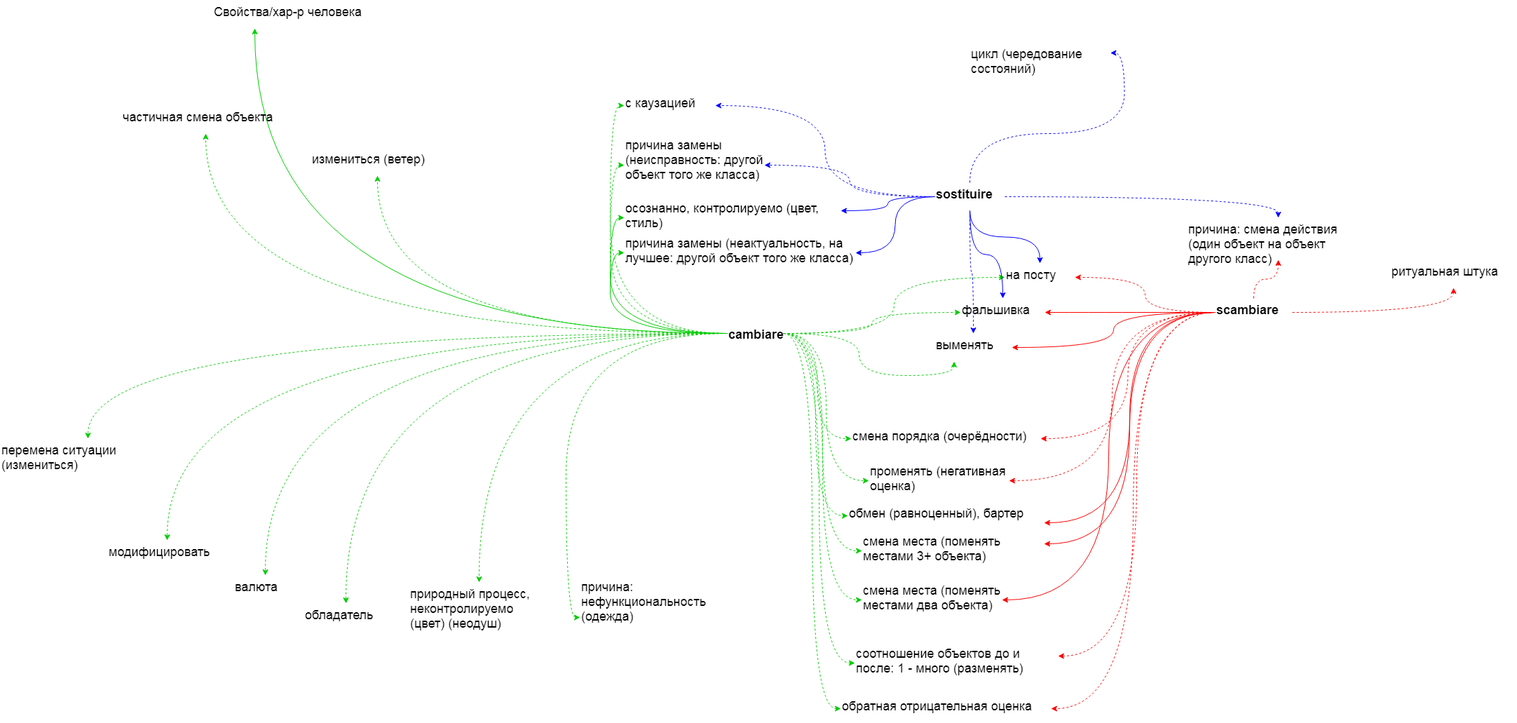
This is итал.png from JanaKoko/try, a draw.io export, as it was before one commit. Source tidied: cells renumbered, new cells last; positions are measured from the earlier drawing's top-left corner, leaving out a move shared by most shapes.
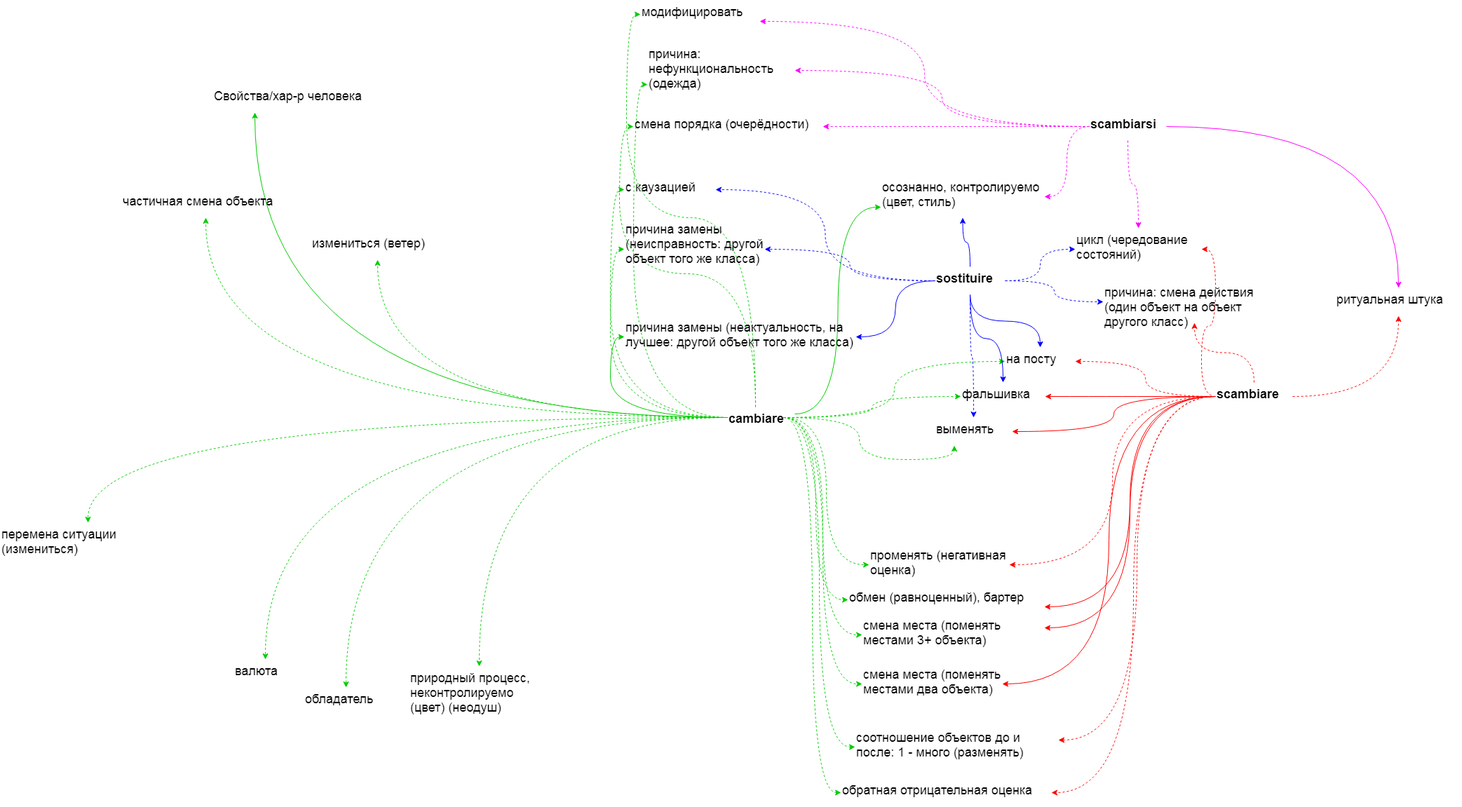
After the change.

What changed in the source:
```diff
@@ -8,8 +8,10 @@
     <mxCell id="3" style="edgeStyle=orthogonalEdgeStyle;curved=1;rounded=0;jettySize=auto;html=1;fontSize=18;strokeColor=#00CC00;entryX=0;entryY=0.5;entryDx=0;entryDy=0;exitX=0;exitY=0.5;exitDx=0;exitDy=0;" parent="1" edge="1" source="25" target="27">
       <mxGeometry relative="1" as="geometry" />
     </mxCell>
-    <mxCell id="4" style="edgeStyle=orthogonalEdgeStyle;curved=1;rounded=0;jettySize=auto;html=1;fontSize=18;strokeColor=#00CC00;entryX=0;entryY=0.75;entryDx=0;entryDy=0;exitX=0;exitY=0.5;exitDx=0;exitDy=0;" parent="1" edge="1" source="25" target="28">
-      <mxGeometry relative="1" as="geometry" />
+    <mxCell id="4" style="edgeStyle=orthogonalEdgeStyle;curved=1;rounded=0;jettySize=auto;html=1;fontSize=18;strokeColor=#00CC00;entryX=0;entryY=0.75;entryDx=0;entryDy=0;" parent="1" edge="1" target="28">
+      <mxGeometry relative="1" as="geometry">
+        <mxPoint x="1133" y="470" as="sourcePoint" />
+      </mxGeometry>
     </mxCell>
     <mxCell id="5" style="edgeStyle=orthogonalEdgeStyle;curved=1;rounded=0;jettySize=auto;html=1;entryX=0;entryY=0.5;entryDx=0;entryDy=0;fontSize=18;dashed=1;strokeColor=#00CC00;" parent="1" edge="1" source="25" target="63">
       <mxGeometry relative="1" as="geometry" />
@@ -41,7 +43,7 @@
     <mxCell id="14" style="edgeStyle=orthogonalEdgeStyle;curved=1;rounded=0;jettySize=auto;html=1;entryX=0.5;entryY=0;entryDx=0;entryDy=0;dashed=1;fontSize=18;strokeColor=#00CC00;" parent="1" edge="1" source="25" target="35">
       <mxGeometry relative="1" as="geometry" />
     </mxCell>
-    <mxCell id="15" style="edgeStyle=orthogonalEdgeStyle;curved=1;rounded=0;jettySize=auto;html=1;entryX=0.5;entryY=0;entryDx=0;entryDy=0;dashed=1;fontSize=18;strokeColor=#00CC00;" parent="1" edge="1" source="25" target="36">
+    <mxCell id="15" style="edgeStyle=orthogonalEdgeStyle;curved=1;rounded=0;jettySize=auto;html=1;entryX=0;entryY=0.5;entryDx=0;entryDy=0;dashed=1;fontSize=18;strokeColor=#00CC00;" parent="1" edge="1" source="25" target="36">
       <mxGeometry relative="1" as="geometry" />
     </mxCell>
     <mxCell id="16" style="edgeStyle=orthogonalEdgeStyle;curved=1;rounded=0;jettySize=auto;html=1;dashed=1;fontSize=18;strokeColor=#00CC00;" parent="1" edge="1" source="25" target="32">
@@ -81,7 +83,7 @@
       <mxGeometry x="890" y="330" width="330" height="60" as="geometry" />
     </mxCell>
     <mxCell id="28" value="осознанно, контролируемо (цвет, стиль)" style="text;whiteSpace=wrap;html=1;fontSize=18;" parent="1" vertex="1">
-      <mxGeometry x="890" y="280" width="309" height="40" as="geometry" />
+      <mxGeometry x="1256" y="130" width="233" height="60" as="geometry" />
     </mxCell>
     <mxCell id="29" value="выменять" style="text;whiteSpace=wrap;html=1;fontSize=18;" parent="1" vertex="1">
       <mxGeometry x="1333" y="475" width="110" height="40" as="geometry" />
@@ -90,7 +92,7 @@
       <mxGeometry x="1229" y="755" width="260" height="40" as="geometry" />
     </mxCell>
     <mxCell id="31" value="причина: нефункциональность (одежда)" style="text;whiteSpace=wrap;html=1;fontSize=18;" parent="1" vertex="1">
-      <mxGeometry x="827" y="820" width="250" height="80" as="geometry" />
+      <mxGeometry x="923" y="-60" width="210" height="80" as="geometry" />
     </mxCell>
     <mxCell id="32" value="природный процесс, неконтролируемо (цвет) (неодуш)" style="text;whiteSpace=wrap;html=1;fontSize=18;" parent="1" vertex="1">
       <mxGeometry x="583" y="830" width="200" height="90" as="geometry" />
@@ -105,13 +107,13 @@
       <mxGeometry y="625" width="250" height="40" as="geometry" />
     </mxCell>
     <mxCell id="36" value="модифицировать" style="text;whiteSpace=wrap;html=1;fontSize=18;" parent="1" vertex="1">
-      <mxGeometry x="153" y="770" width="170" height="40" as="geometry" />
+      <mxGeometry x="913" y="-120" width="170" height="40" as="geometry" />
     </mxCell>
     <mxCell id="37" value="соотношение объектов до и после: 1 - много (разменять)" style="text;whiteSpace=wrap;html=1;fontSize=18;" parent="1" vertex="1">
       <mxGeometry x="1219" y="915" width="290" height="40" as="geometry" />
     </mxCell>
     <mxCell id="38" value="смена порядка (очерёдности)" style="text;whiteSpace=wrap;html=1;fontSize=18;" parent="1" vertex="1">
-      <mxGeometry x="1214" y="605" width="270" height="40" as="geometry" />
+      <mxGeometry x="903" y="40" width="270" height="40" as="geometry" />
     </mxCell>
     <mxCell id="39" value="причина замены (неисправность: другой объект того же класса)" style="text;whiteSpace=wrap;html=1;fontSize=18;" parent="1" vertex="1">
       <mxGeometry x="890" y="190" width="200" height="90" as="geometry" />
@@ -164,9 +166,6 @@
     <mxCell id="55" style="edgeStyle=orthogonalEdgeStyle;curved=1;rounded=0;jettySize=auto;html=1;dashed=1;strokeColor=#FF0000;fontSize=18;entryX=1;entryY=0.5;entryDx=0;entryDy=0;" parent="1" edge="1" source="60" target="37">
       <mxGeometry relative="1" as="geometry" />
     </mxCell>
-    <mxCell id="56" style="edgeStyle=orthogonalEdgeStyle;curved=1;rounded=0;jettySize=auto;html=1;entryX=1;entryY=0.5;entryDx=0;entryDy=0;dashed=1;strokeColor=#FF0000;fontSize=18;" parent="1" edge="1" source="60" target="38">
-      <mxGeometry relative="1" as="geometry" />
-    </mxCell>
     <mxCell id="57" style="edgeStyle=orthogonalEdgeStyle;curved=1;rounded=0;jettySize=auto;html=1;entryX=1;entryY=0.5;entryDx=0;entryDy=0;dashed=1;strokeColor=#FF0000;fontSize=18;" parent="1" edge="1" source="60" target="44">
       <mxGeometry relative="1" as="geometry" />
     </mxCell>
@@ -180,15 +179,15 @@
       <mxGeometry x="1733" y="425" width="110" height="40" as="geometry" />
     </mxCell>
     <mxCell id="61" value="ритуальная штука" style="text;whiteSpace=wrap;html=1;fontSize=18;" parent="1" vertex="1">
-      <mxGeometry x="1983" y="370" width="180" height="40" as="geometry" />
+      <mxGeometry x="1904" y="290" width="180" height="40" as="geometry" />
     </mxCell>
     <mxCell id="62" value="причина: смена действия (один объект на объект другого класс)" style="text;whiteSpace=wrap;html=1;fontSize=18;" parent="1" vertex="1">
-      <mxGeometry x="1693" y="310" width="260" height="60" as="geometry" />
+      <mxGeometry x="1573" y="280" width="260" height="60" as="geometry" />
     </mxCell>
     <mxCell id="63" value="смена места (поменять местами два объекта)" style="text;whiteSpace=wrap;html=1;fontSize=18;" parent="1" vertex="1">
       <mxGeometry x="1229" y="825" width="200" height="60" as="geometry" />
     </mxCell>
-    <mxCell id="64" style="edgeStyle=orthogonalEdgeStyle;curved=1;rounded=0;jettySize=auto;html=1;entryX=1;entryY=0.5;entryDx=0;entryDy=0;strokeColor=#0000FF;fontSize=18;" parent="1" edge="1" source="73" target="28">
+    <mxCell id="64" style="edgeStyle=orthogonalEdgeStyle;curved=1;rounded=0;jettySize=auto;html=1;entryX=0.5;entryY=1;entryDx=0;entryDy=0;strokeColor=#0000FF;fontSize=18;" parent="1" edge="1" source="73" target="28">
       <mxGeometry relative="1" as="geometry" />
     </mxCell>
     <mxCell id="65" style="edgeStyle=orthogonalEdgeStyle;curved=1;rounded=0;jettySize=auto;html=1;entryX=0.5;entryY=0;entryDx=0;entryDy=0;strokeColor=#0000FF;fontSize=18;" parent="1" edge="1" source="73" target="44">
@@ -212,14 +211,38 @@
     <mxCell id="71" style="edgeStyle=orthogonalEdgeStyle;curved=1;rounded=0;jettySize=auto;html=1;dashed=1;strokeColor=#0000FF;fontSize=18;entryX=1;entryY=0.5;entryDx=0;entryDy=0;" parent="1" edge="1" source="73" target="39">
       <mxGeometry relative="1" as="geometry" />
     </mxCell>
-    <mxCell id="72" style="edgeStyle=orthogonalEdgeStyle;curved=1;rounded=0;jettySize=auto;html=1;entryX=1;entryY=0.25;entryDx=0;entryDy=0;dashed=1;strokeColor=#0000FF;fontSize=18;" parent="1" edge="1" source="73" target="74">
+    <mxCell id="72" style="edgeStyle=orthogonalEdgeStyle;curved=1;rounded=0;jettySize=auto;html=1;entryX=0;entryY=0.5;entryDx=0;entryDy=0;dashed=1;strokeColor=#0000FF;fontSize=18;" parent="1" edge="1" source="73" target="74">
       <mxGeometry relative="1" as="geometry" />
     </mxCell>
     <mxCell id="73" value="sostituire" style="text;whiteSpace=wrap;html=1;fontSize=18;fontStyle=1;" parent="1" vertex="1">
       <mxGeometry x="1333" y="260" width="100" height="40" as="geometry" />
     </mxCell>
+    <mxCell id="75" style="edgeStyle=orthogonalEdgeStyle;curved=1;rounded=0;jettySize=auto;html=1;strokeColor=#FF00FF;fontSize=18;" parent="1" edge="1" source="81" target="61">
+      <mxGeometry relative="1" as="geometry" />
+    </mxCell>
+    <mxCell id="76" style="edgeStyle=orthogonalEdgeStyle;curved=1;rounded=0;jettySize=auto;html=1;dashed=1;strokeColor=#FF00FF;fontSize=18;" parent="1" edge="1" source="81" target="38">
+      <mxGeometry relative="1" as="geometry" />
+    </mxCell>
+    <mxCell id="77" style="edgeStyle=orthogonalEdgeStyle;curved=1;rounded=0;jettySize=auto;html=1;entryX=1;entryY=0.5;entryDx=0;entryDy=0;dashed=1;strokeColor=#FF00FF;fontSize=18;" parent="1" edge="1" source="81" target="28">
+      <mxGeometry relative="1" as="geometry" />
+    </mxCell>
+    <mxCell id="78" style="edgeStyle=orthogonalEdgeStyle;curved=1;rounded=0;jettySize=auto;html=1;entryX=1;entryY=0.75;entryDx=0;entryDy=0;dashed=1;strokeColor=#FF00FF;fontSize=18;" parent="1" edge="1" source="81" target="36">
+      <mxGeometry relative="1" as="geometry" />
+    </mxCell>
+    <mxCell id="79" style="edgeStyle=orthogonalEdgeStyle;curved=1;rounded=0;jettySize=auto;html=1;dashed=1;strokeColor=#FF00FF;fontSize=18;" parent="1" edge="1" source="81" target="74">
+      <mxGeometry relative="1" as="geometry" />
+    </mxCell>
+    <mxCell id="80" style="edgeStyle=orthogonalEdgeStyle;curved=1;rounded=0;jettySize=auto;html=1;entryX=1;entryY=0.5;entryDx=0;entryDy=0;dashed=1;strokeColor=#FF00FF;fontSize=18;" parent="1" edge="1" source="81" target="31">
+      <mxGeometry relative="1" as="geometry" />
+    </mxCell>
+    <mxCell id="81" value="scambiarsi" style="text;whiteSpace=wrap;html=1;fontSize=18;fontStyle=1;" parent="1" vertex="1">
+      <mxGeometry x="1553" y="40" width="110" height="40" as="geometry" />
+    </mxCell>
     <mxCell id="74" value="цикл (чередование состояний)" style="text;whiteSpace=wrap;html=1;fontSize=18;" parent="1" vertex="1">
-      <mxGeometry x="1382.5" y="60" width="201" height="60" as="geometry" />
+      <mxGeometry x="1533" y="205" width="180" height="60" as="geometry" />
     </mxCell>
+    <mxCell id="82" style="edgeStyle=orthogonalEdgeStyle;curved=1;rounded=0;jettySize=auto;html=1;entryX=1;entryY=0.5;entryDx=0;entryDy=0;dashed=1;strokeColor=#FF0000;fontSize=18;" parent="1" edge="1" source="60" target="74">
+      <mxGeometry relative="1" as="geometry" />
+    </mxCell>
   </root>
 </mxGraphModel>
```
